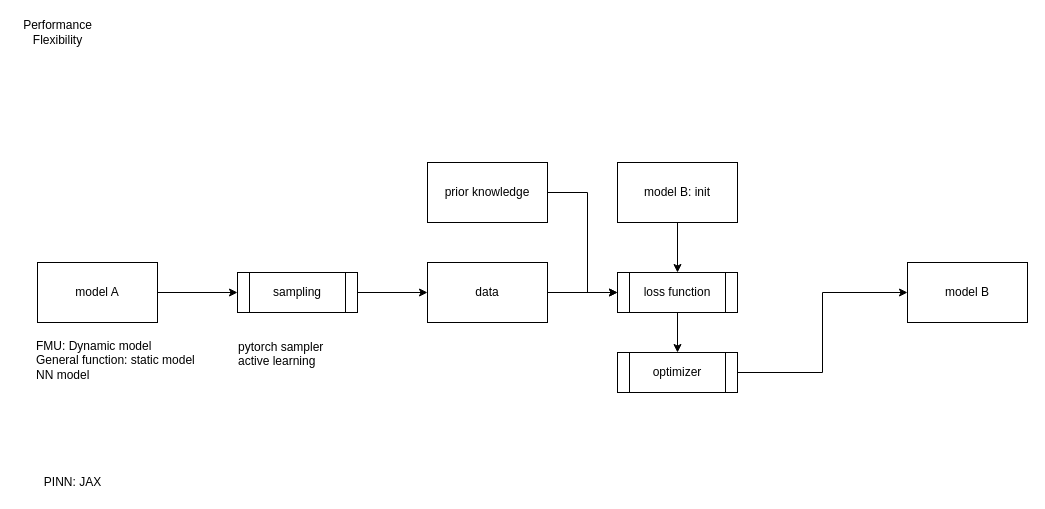
Earlier version of the draw.io diagram page "yingzi-reducer" (3 of 9) of digitaltwin.drawio (zhangjinyiyi/SmallTest). Source tidied: cells renumbered, new cells numbered last; positions are measured from the earlier drawing's top-left corner, leaving out a move shared by most shapes. Both pictures are drawn from the tidied source at 100%, with x=0, y=0 at pixel (17, 17).
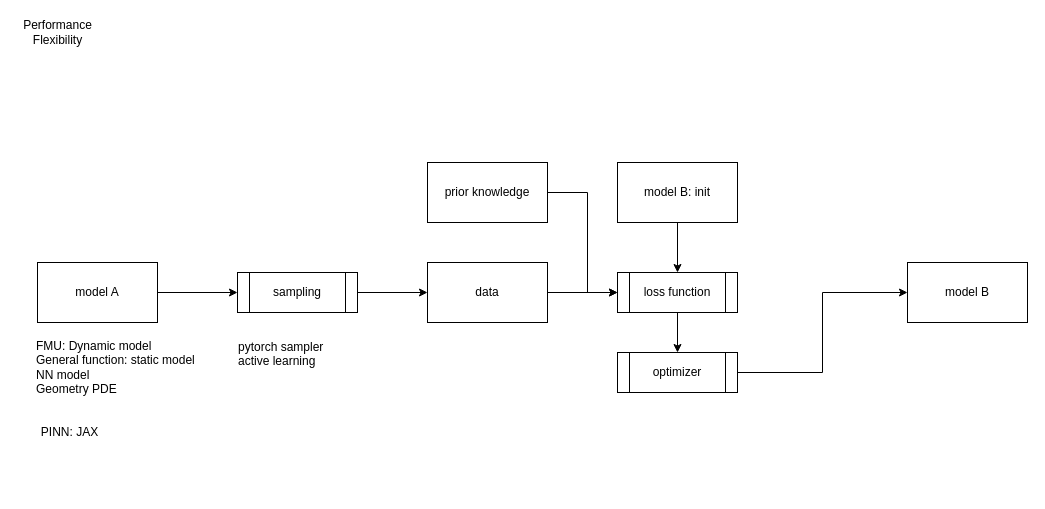
Above is the later version.

Diff of the diagram source:
```diff
@@
-    <mxCell id="6" value="FMU: Dynamic model&lt;br&gt;General function: static model&lt;br&gt;NN model" style="text;html=1;align=left;verticalAlign=top;strokeColor=none;fillColor=none;fontSize=12;fontColor=#000000;" parent="1" vertex="1">
-      <mxGeometry x="17" y="315" width="170" height="50" as="geometry" />
+    <mxCell id="6" value="FMU: Dynamic model&lt;br&gt;General function: static model&lt;br&gt;NN model&lt;br&gt;Geometry PDE" style="text;html=1;align=left;verticalAlign=top;strokeColor=none;fillColor=none;fontSize=12;fontColor=#000000;" parent="1" vertex="1">
+      <mxGeometry x="17" y="315" width="180" height="70" as="geometry" />
     </mxCell>
@@
     <mxCell id="19" value="PINN: JAX" style="text;html=1;align=center;verticalAlign=middle;strokeColor=none;fillColor=none;fontSize=12;fontColor=#000000;" parent="1" vertex="1">
-      <mxGeometry x="20" y="455" width="70" height="20" as="geometry" />
+      <mxGeometry x="17" y="405" width="70" height="20" as="geometry" />
     </mxCell>
```
